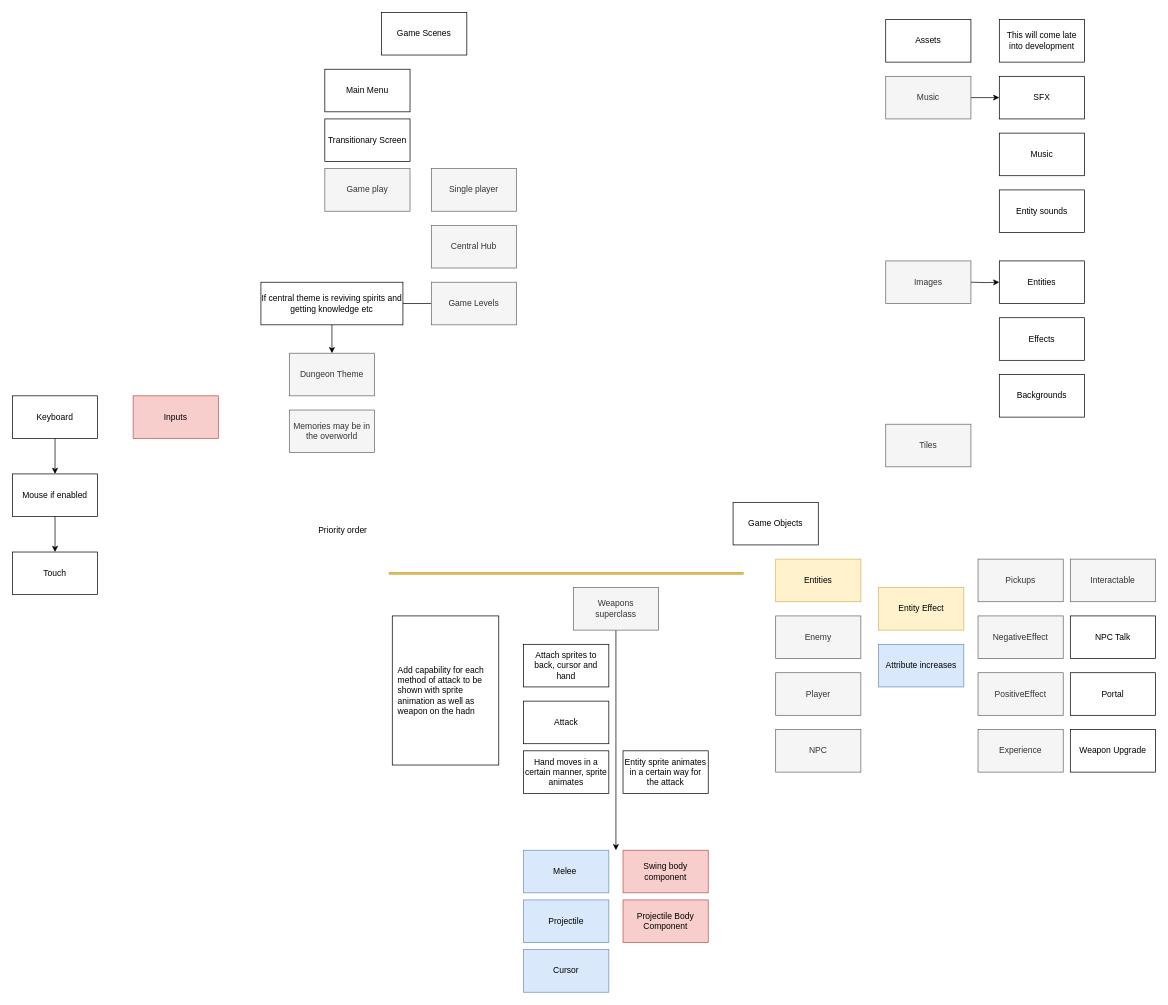
Before: plans/brainstorm.drawio in Edrito/Runefire, a draw.io diagram. Source tidied: cells renumbered, new cells numbered last; positions are measured from the earlier drawing's top-left corner, leaving out a move shared by most shapes. Both pictures are drawn from the tidied source at 71%, with x=0, y=0 at pixel (12, 12).
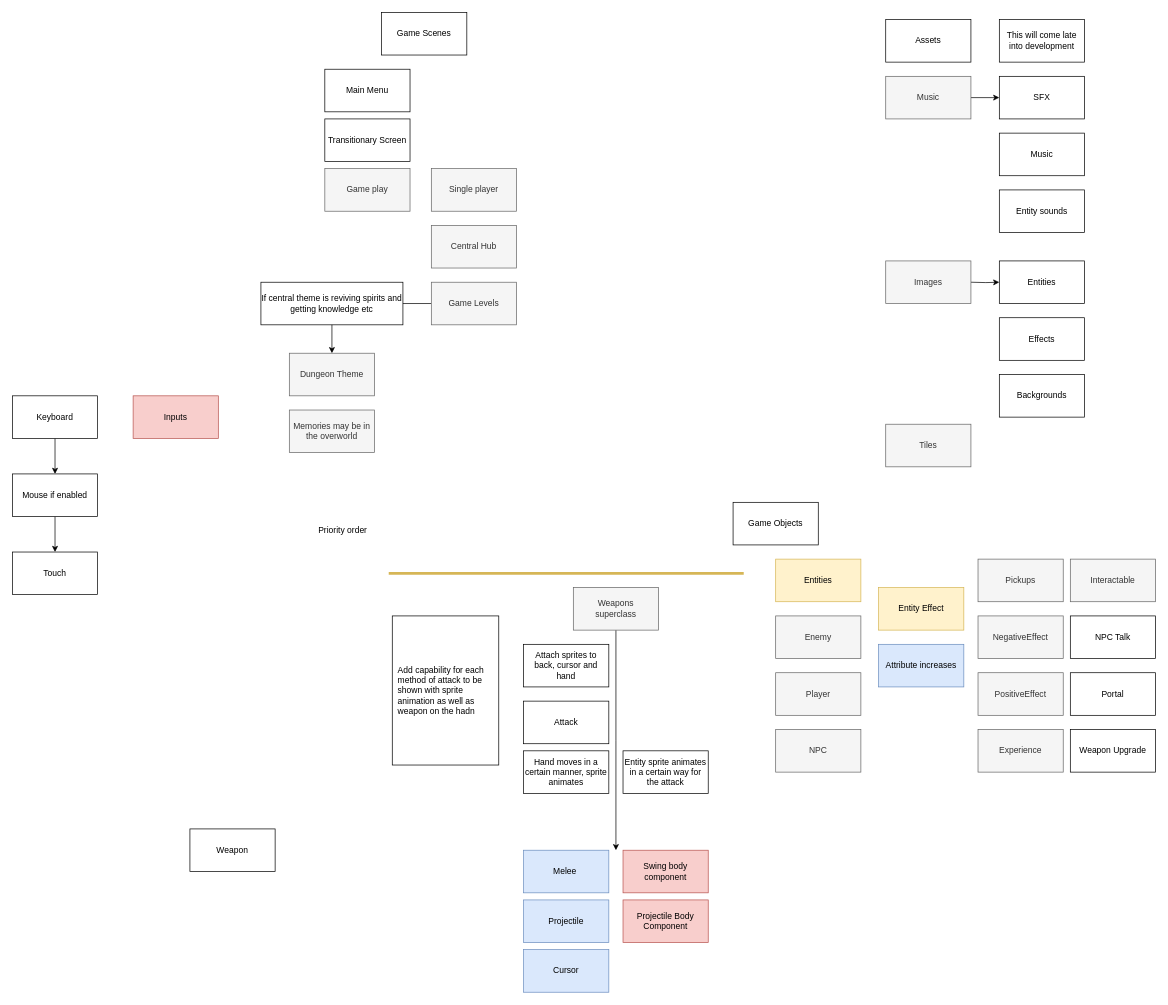
After the change.

The edit, as a diff of the source:
```diff
@@
+    <mxCell id="61" value="Weapon" style="rounded=0;whiteSpace=wrap;html=1;" parent="1" vertex="1">
+      <mxGeometry x="250" y="1150" width="120" height="60" as="geometry" />
+    </mxCell>
```
